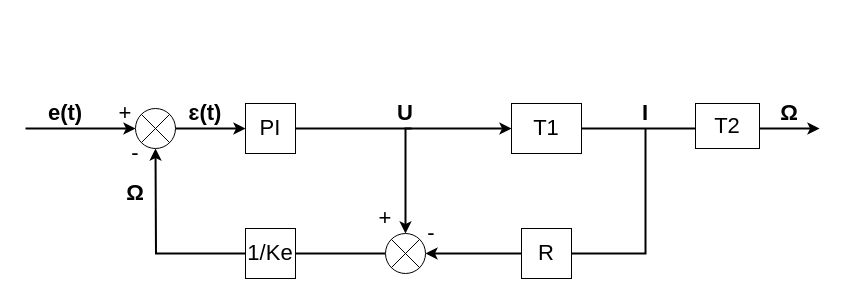
The draw.io diagram page "Page-6" (6 of 6) of add_annotation.drawio in LonelVino/CDN, before the edit. Source tidied: cells renumbered, new cells numbered last; positions are measured from the earlier drawing's top-left corner, leaving out a move shared by most shapes. Both pictures are drawn from the tidied source at 100%, with x=0, y=0 at pixel (25, 98).
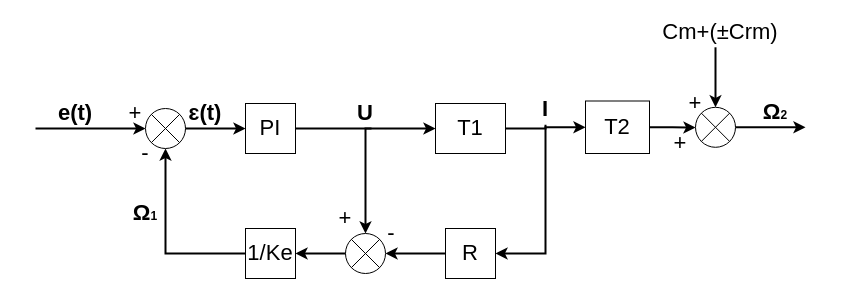
The same diagram, later.

Unchanged cells that the change refers to:
```xml
<mxCell id="7" value="1/Ke" style="rounded=0;whiteSpace=wrap;html=1;fontSize=22;fontColor=#000000;" parent="1" vertex="1">
  <mxGeometry x="220" y="130" width="50" height="50" as="geometry" />
</mxCell>
```

Change to the diagram source:
```diff
@@
     <mxCell id="2" style="endArrow=classic;html=1;rounded=0;fontSize=22;fontColor=#00994D;strokeWidth=2;edgeStyle=orthogonalEdgeStyle;" parent="1" edge="1">
       <mxGeometry relative="1" as="geometry">
-        <mxPoint y="30" as="sourcePoint" />
-        <mxPoint x="110" y="30" as="targetPoint" />
+        <mxPoint x="10" y="30" as="sourcePoint" />
+        <mxPoint x="120" y="30" as="targetPoint" />
         <Array as="points">
-          <mxPoint x="90" y="30" />
-          <mxPoint x="90" y="30" />
+          <mxPoint x="100" y="30" />
+          <mxPoint x="100" y="30" />
         </Array>
       </mxGeometry>
     </mxCell>
     <mxCell id="3" style="shape=sumEllipse;perimeter=ellipsePerimeter;whiteSpace=wrap;html=1;backgroundOutline=1;fontSize=22;fontColor=#00994D;" parent="1" vertex="1">
-      <mxGeometry x="110" y="10" width="40" height="40" as="geometry" />
+      <mxGeometry x="120" y="10" width="40" height="40" as="geometry" />
     </mxCell>
     <mxCell id="4" value="&lt;font color=&quot;#000000&quot;&gt;+&lt;/font&gt;" style="text;html=1;strokeColor=none;fillColor=none;align=center;verticalAlign=middle;whiteSpace=wrap;rounded=0;fontSize=22;fontColor=#00994D;" parent="1" vertex="1">
-      <mxGeometry x="70" width="60" height="30" as="geometry" />
+      <mxGeometry x="80" width="60" height="30" as="geometry" />
     </mxCell>
     <mxCell id="5" value="&lt;b&gt;e(t)&lt;/b&gt;" style="text;html=1;strokeColor=none;fillColor=none;align=center;verticalAlign=middle;whiteSpace=wrap;rounded=0;fontSize=22;fontColor=#000000;" parent="1" vertex="1">
-      <mxGeometry x="10" width="60" height="30" as="geometry" />
+      <mxGeometry x="20" width="60" height="30" as="geometry" />
     </mxCell>
-    <mxCell id="6" style="endArrow=classic;html=1;rounded=0;fontSize=22;fontColor=#000000;strokeWidth=2;edgeStyle=orthogonalEdgeStyle;exitX=0;exitY=0.5;exitDx=0;exitDy=0;" parent="1" edge="1" source="8">
+    <mxCell id="6" style="endArrow=classic;html=1;rounded=0;fontSize=22;fontColor=#000000;strokeWidth=2;edgeStyle=orthogonalEdgeStyle;exitX=0;exitY=0.5;exitDx=0;exitDy=0;entryX=0.5;entryY=1;entryDx=0;entryDy=0;" parent="1" edge="1" source="7" target="3">
       <mxGeometry relative="1" as="geometry">
-        <mxPoint x="130" y="50" as="targetPoint" />
+        <Array as="points">
+          <mxPoint x="140" y="155" />
+        </Array>
       </mxGeometry>
     </mxCell>
@@
     <mxCell id="8" style="shape=sumEllipse;perimeter=ellipsePerimeter;whiteSpace=wrap;html=1;backgroundOutline=1;fontSize=22;fontColor=#00994D;" parent="1" vertex="1">
-      <mxGeometry x="360" y="135" width="40" height="40" as="geometry" />
+      <mxGeometry x="320" y="135" width="40" height="40" as="geometry" />
     </mxCell>
     <mxCell id="9" value="&lt;font color=&quot;#000000&quot;&gt;-&lt;/font&gt;" style="text;html=1;strokeColor=none;fillColor=none;align=center;verticalAlign=middle;whiteSpace=wrap;rounded=0;fontSize=22;fontColor=#00994D;" parent="1" vertex="1">
-      <mxGeometry x="80" y="40" width="60" height="30" as="geometry" />
+      <mxGeometry x="90" y="40" width="60" height="30" as="geometry" />
     </mxCell>
     <mxCell id="10" value="&lt;font color=&quot;#000000&quot;&gt;-&lt;/font&gt;" style="text;html=1;strokeColor=none;fillColor=none;align=center;verticalAlign=middle;whiteSpace=wrap;rounded=0;fontSize=22;fontColor=#00994D;" parent="1" vertex="1">
-      <mxGeometry x="376" y="120" width="60" height="30" as="geometry" />
+      <mxGeometry x="336" y="120" width="60" height="30" as="geometry" />
     </mxCell>
     <mxCell id="11" value="&lt;font color=&quot;#000000&quot;&gt;+&lt;/font&gt;" style="text;html=1;strokeColor=none;fillColor=none;align=center;verticalAlign=middle;whiteSpace=wrap;rounded=0;fontSize=22;fontColor=#00994D;" parent="1" vertex="1">
-      <mxGeometry x="330" y="105" width="60" height="30" as="geometry" />
+      <mxGeometry x="290" y="105" width="60" height="30" as="geometry" />
     </mxCell>
     <mxCell id="12" style="endArrow=classic;html=1;rounded=0;fontSize=22;fontColor=#000000;strokeWidth=2;edgeStyle=orthogonalEdgeStyle;entryX=0.5;entryY=0;entryDx=0;entryDy=0;" parent="1" edge="1" target="8">
       <mxGeometry relative="1" as="geometry">
-        <mxPoint x="386" y="30" as="sourcePoint" />
+        <mxPoint x="346" y="30" as="sourcePoint" />
         <Array as="points">
-          <mxPoint x="380" y="60" />
-          <mxPoint x="380" y="60" />
+          <mxPoint x="340" y="60" />
+          <mxPoint x="340" y="60" />
         </Array>
       </mxGeometry>
     </mxCell>
@@
     <mxCell id="16" value="T1" style="rounded=0;whiteSpace=wrap;html=1;fontSize=22;fontColor=#000000;" parent="1" vertex="1">
-      <mxGeometry x="486" y="5" width="70" height="50" as="geometry" />
+      <mxGeometry x="410" y="5" width="70" height="50" as="geometry" />
     </mxCell>
-    <mxCell id="17" style="endArrow=classic;html=1;rounded=0;fontSize=22;fontColor=#000000;strokeWidth=2;edgeStyle=orthogonalEdgeStyle;exitX=1;exitY=0.5;exitDx=0;exitDy=0;" parent="1" edge="1" source="16">
-      <mxGeometry relative="1" as="geometry">
-        <mxPoint x="686" y="30" as="targetPoint" />
-      </mxGeometry>
+    <mxCell id="17" style="endArrow=classic;html=1;rounded=0;fontSize=22;fontColor=#000000;strokeWidth=2;edgeStyle=orthogonalEdgeStyle;exitX=1;exitY=0.5;exitDx=0;exitDy=0;" parent="1" edge="1" source="16" target="18">
+      <mxGeometry relative="1" as="geometry" />
     </mxCell>
     <mxCell id="18" value="T2" style="rounded=0;whiteSpace=wrap;html=1;fontSize=22;fontColor=#000000;" parent="1" vertex="1">
-      <mxGeometry x="670" y="5" width="64" height="45" as="geometry" />
+      <mxGeometry x="560" y="2.5" width="64" height="52.5" as="geometry" />
     </mxCell>
-    <mxCell id="19" style="endArrow=classic;html=1;rounded=0;fontSize=22;fontColor=#000000;strokeWidth=2;edgeStyle=orthogonalEdgeStyle;exitX=1;exitY=0.5;exitDx=0;exitDy=0;" parent="1" edge="1">
+    <mxCell id="19" style="endArrow=classic;html=1;rounded=0;fontSize=22;fontColor=#000000;strokeWidth=2;edgeStyle=orthogonalEdgeStyle;exitX=1;exitY=0.5;exitDx=0;exitDy=0;exitPerimeter=0;" parent="1" edge="1" source="27">
       <mxGeometry relative="1" as="geometry">
-        <mxPoint x="734" y="30" as="sourcePoint" />
-        <mxPoint x="794" y="30" as="targetPoint" />
+        <mxPoint x="780" y="28.8" as="targetPoint" />
       </mxGeometry>
     </mxCell>
-    <mxCell id="20" style="endArrow=classic;html=1;rounded=0;fontSize=22;fontColor=#000000;strokeWidth=2;edgeStyle=orthogonalEdgeStyle;entryX=1;entryY=0.5;entryDx=0;entryDy=0;exitX=0.5;exitY=1;exitDx=0;exitDy=0;" parent="1" edge="1" source="25" target="8">
-      <mxGeometry relative="1" as="geometry">
-        <Array as="points">
-          <mxPoint x="620" y="155" />
-        </Array>
-      </mxGeometry>
+    <mxCell id="20" style="endArrow=classic;html=1;rounded=0;fontSize=22;fontColor=#000000;strokeWidth=2;edgeStyle=orthogonalEdgeStyle;entryX=1;entryY=0.5;entryDx=0;entryDy=0;exitX=0;exitY=0.5;exitDx=0;exitDy=0;" parent="1" edge="1" source="21" target="8">
+      <mxGeometry relative="1" as="geometry" />
     </mxCell>
     <mxCell id="21" value="R" style="rounded=0;whiteSpace=wrap;html=1;fontSize=22;fontColor=#000000;" parent="1" vertex="1">
-      <mxGeometry x="496" y="130" width="50" height="50" as="geometry" />
+      <mxGeometry x="420" y="130" width="50" height="50" as="geometry" />
     </mxCell>
     <mxCell id="22" value="&lt;b&gt;U&lt;/b&gt;" style="text;html=1;strokeColor=none;fillColor=none;align=center;verticalAlign=middle;whiteSpace=wrap;rounded=0;fontSize=22;fontColor=#000000;" parent="1" vertex="1">
-      <mxGeometry x="350" width="60" height="30" as="geometry" />
+      <mxGeometry x="310" width="60" height="30" as="geometry" />
     </mxCell>
-    <mxCell id="23" value="&lt;b&gt;Ω&lt;/b&gt;" style="text;html=1;strokeColor=none;fillColor=none;align=center;verticalAlign=middle;whiteSpace=wrap;rounded=0;fontSize=22;fontColor=#000000;" parent="1" vertex="1">
-      <mxGeometry x="734" width="60" height="30" as="geometry" />
+    <mxCell id="23" value="&lt;b&gt;Ω&lt;font style=&quot;font-size: 12px&quot;&gt;2&lt;/font&gt;&lt;/b&gt;" style="text;html=1;strokeColor=none;fillColor=none;align=center;verticalAlign=middle;whiteSpace=wrap;rounded=0;fontSize=22;fontColor=#000000;" parent="1" vertex="1">
+      <mxGeometry x="720" y="-1.2" width="60" height="30" as="geometry" />
     </mxCell>
-    <mxCell id="24" value="&lt;b&gt;Ω&lt;/b&gt;" style="text;html=1;strokeColor=none;fillColor=none;align=center;verticalAlign=middle;whiteSpace=wrap;rounded=0;fontSize=22;fontColor=#000000;" parent="1" vertex="1">
-      <mxGeometry x="80" y="80" width="60" height="30" as="geometry" />
+    <mxCell id="24" value="&lt;b&gt;Ω&lt;font style=&quot;font-size: 12px&quot;&gt;1&lt;/font&gt;&lt;/b&gt;" style="text;html=1;strokeColor=none;fillColor=none;align=center;verticalAlign=middle;whiteSpace=wrap;rounded=0;fontSize=22;fontColor=#000000;" parent="1" vertex="1">
+      <mxGeometry x="90" y="100" width="60" height="30" as="geometry" />
     </mxCell>
     <mxCell id="25" value="&lt;b&gt;I&lt;/b&gt;" style="text;html=1;strokeColor=none;fillColor=none;align=center;verticalAlign=middle;whiteSpace=wrap;rounded=0;fontSize=22;fontColor=#000000;" parent="1" vertex="1">
-      <mxGeometry x="590" width="60" height="30" as="geometry" />
+      <mxGeometry x="490" y="-3.8" width="60" height="30" as="geometry" />
     </mxCell>
@@
+    <mxCell id="27" style="shape=sumEllipse;perimeter=ellipsePerimeter;whiteSpace=wrap;html=1;backgroundOutline=1;fontSize=22;fontColor=#00994D;" parent="1" vertex="1">
+      <mxGeometry x="670" y="8.8" width="40" height="40" as="geometry" />
+    </mxCell>
+    <mxCell id="28" value="&lt;font color=&quot;#000000&quot;&gt;+&lt;/font&gt;" style="text;html=1;strokeColor=none;fillColor=none;align=center;verticalAlign=middle;whiteSpace=wrap;rounded=0;fontSize=22;fontColor=#00994D;" parent="1" vertex="1">
+      <mxGeometry x="630" y="30" width="50" height="30" as="geometry" />
+    </mxCell>
+    <mxCell id="29" style="endArrow=classic;html=1;rounded=0;fontSize=22;fontColor=#000000;strokeWidth=2;edgeStyle=orthogonalEdgeStyle;entryX=0.5;entryY=0;entryDx=0;entryDy=0;" parent="1" edge="1">
+      <mxGeometry relative="1" as="geometry">
+        <mxPoint x="690" y="-51.2" as="sourcePoint" />
+        <mxPoint x="690" y="8.8" as="targetPoint" />
+        <Array as="points">
+          <mxPoint x="690" y="-11.2" />
+          <mxPoint x="690" y="-11.2" />
+        </Array>
+      </mxGeometry>
+    </mxCell>
+    <mxCell id="30" value="Cm+(±Crm)" style="text;html=1;strokeColor=none;fillColor=none;align=center;verticalAlign=middle;whiteSpace=wrap;rounded=0;fontSize=22;fontColor=#000000;" parent="1" vertex="1">
+      <mxGeometry x="630" y="-81.2" width="130" height="30" as="geometry" />
+    </mxCell>
+    <mxCell id="31" value="&lt;font color=&quot;#000000&quot;&gt;+&lt;/font&gt;" style="text;html=1;strokeColor=none;fillColor=none;align=center;verticalAlign=middle;whiteSpace=wrap;rounded=0;fontSize=22;fontColor=#00994D;" parent="1" vertex="1">
+      <mxGeometry x="640" y="-10" width="60" height="30" as="geometry" />
+    </mxCell>
+    <mxCell id="32" style="endArrow=classic;html=1;rounded=0;fontSize=22;fontColor=#000000;strokeWidth=2;edgeStyle=orthogonalEdgeStyle;entryX=1;entryY=0.5;entryDx=0;entryDy=0;exitX=0.5;exitY=1;exitDx=0;exitDy=0;" parent="1" edge="1" source="25" target="21">
+      <mxGeometry relative="1" as="geometry">
+        <Array as="points">
+          <mxPoint x="520" y="30" />
+          <mxPoint x="520" y="155" />
+        </Array>
+      </mxGeometry>
+    </mxCell>
+    <mxCell id="33" style="endArrow=classic;html=1;rounded=0;fontSize=22;fontColor=#000000;strokeWidth=2;edgeStyle=orthogonalEdgeStyle;entryX=1;entryY=0.5;entryDx=0;entryDy=0;exitX=0;exitY=0.5;exitDx=0;exitDy=0;" parent="1" edge="1" source="8" target="7">
+      <mxGeometry relative="1" as="geometry" />
+    </mxCell>
+    <mxCell id="34" style="endArrow=classic;html=1;rounded=0;fontSize=22;fontColor=#000000;strokeWidth=2;edgeStyle=orthogonalEdgeStyle;exitX=1;exitY=0.5;exitDx=0;exitDy=0;" parent="1" edge="1" source="18">
+      <mxGeometry relative="1" as="geometry">
+        <mxPoint x="670" y="29" as="targetPoint" />
+      </mxGeometry>
+    </mxCell>
```
